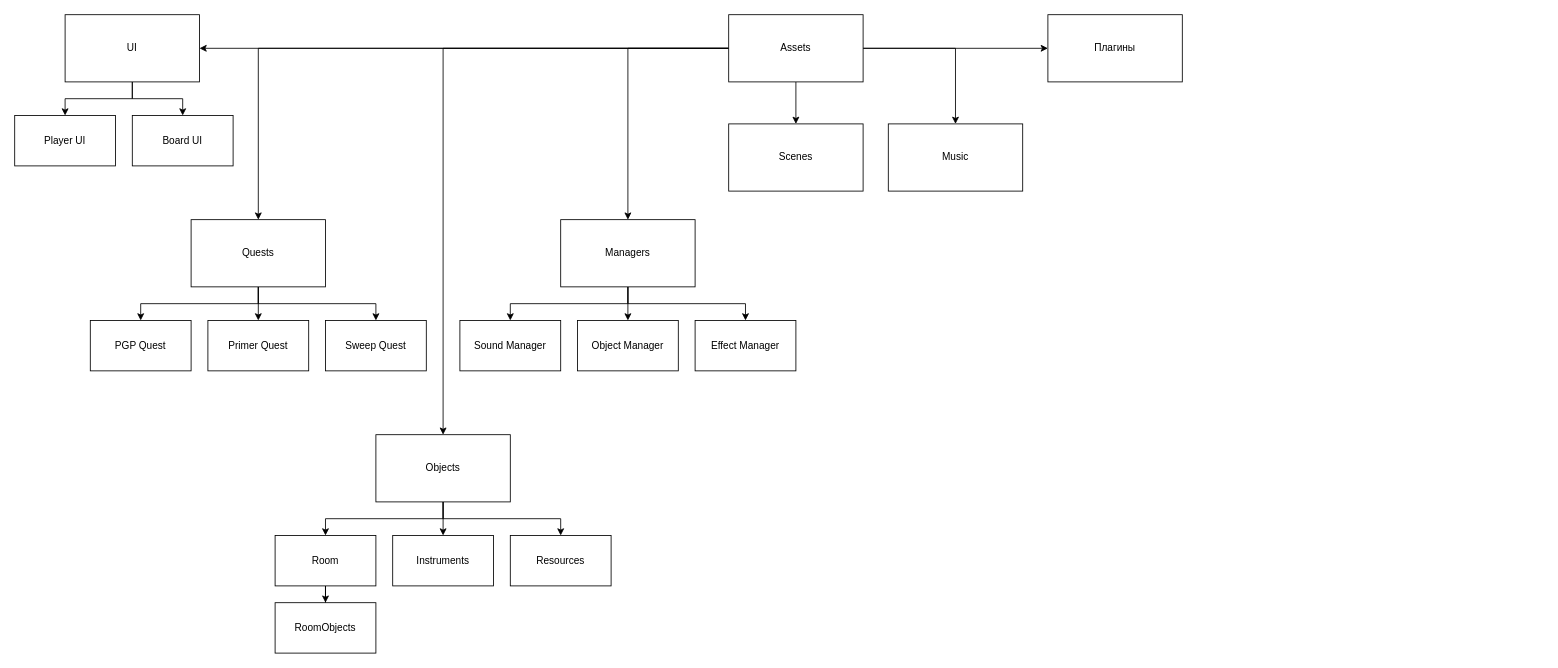
Ryize/Volma keeps this draw.io diagram as page "Организация по объектам" (1 of 2) of Иерархия папок проекта.drawio. Above is the earlier version. Source tidied: cells renumbered, new cells numbered last; positions are measured from the earlier drawing's top-left corner, leaving out a move shared by most shapes. Both pictures are drawn from the tidied source at 84%, with x=0, y=0 at pixel (14, 14).
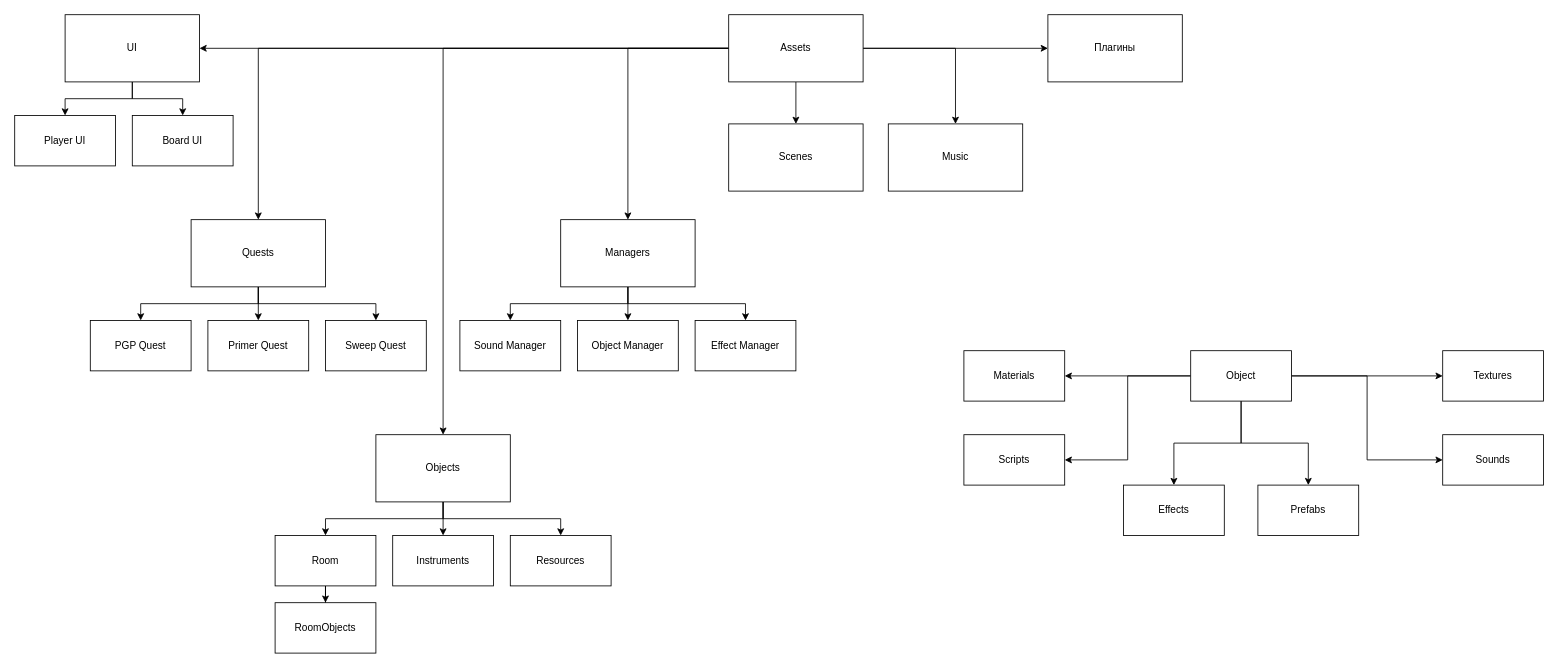
The same page after the edit.

Diff of the diagram source:
```diff
@@
+    <mxCell id="41" style="edgeStyle=orthogonalEdgeStyle;rounded=0;jettySize=auto;html=1;" parent="1" edge="1" source="47" target="49">
+      <mxGeometry relative="1" as="geometry" />
+    </mxCell>
+    <mxCell id="42" style="edgeStyle=orthogonalEdgeStyle;rounded=0;jettySize=auto;html=1;" parent="1" edge="1" source="47" target="51">
+      <mxGeometry relative="1" as="geometry" />
+    </mxCell>
+    <mxCell id="43" style="edgeStyle=orthogonalEdgeStyle;rounded=0;jettySize=auto;html=1;entryX=0;entryY=0.5;entryDx=0;entryDy=0;" parent="1" edge="1" source="47" target="52">
+      <mxGeometry relative="1" as="geometry" />
+    </mxCell>
+    <mxCell id="44" style="edgeStyle=orthogonalEdgeStyle;rounded=0;jettySize=auto;html=1;entryX=1;entryY=0.5;entryDx=0;entryDy=0;" parent="1" edge="1" source="47" target="50">
+      <mxGeometry relative="1" as="geometry" />
+    </mxCell>
+    <mxCell id="45" style="edgeStyle=orthogonalEdgeStyle;rounded=0;jettySize=auto;html=1;entryX=0.5;entryY=0;entryDx=0;entryDy=0;" parent="1" edge="1" source="47" target="53">
+      <mxGeometry relative="1" as="geometry" />
+    </mxCell>
+    <mxCell id="46" style="edgeStyle=orthogonalEdgeStyle;rounded=0;jettySize=auto;html=1;" parent="1" edge="1" source="47" target="48">
+      <mxGeometry relative="1" as="geometry" />
+    </mxCell>
+    <mxCell id="47" value="Object" style="rounded=0;whiteSpace=wrap;html=1;" parent="1" vertex="1">
+      <mxGeometry x="1400" y="400" width="120" height="60" as="geometry" />
+    </mxCell>
+    <mxCell id="48" value="Prefabs" style="rounded=0;whiteSpace=wrap;html=1;" parent="1" vertex="1">
+      <mxGeometry x="1480" y="560" width="120" height="60" as="geometry" />
+    </mxCell>
+    <mxCell id="49" value="Materials" style="rounded=0;whiteSpace=wrap;html=1;" parent="1" vertex="1">
+      <mxGeometry x="1130" y="400" width="120" height="60" as="geometry" />
+    </mxCell>
+    <mxCell id="50" value="Scripts" style="rounded=0;whiteSpace=wrap;html=1;" parent="1" vertex="1">
+      <mxGeometry x="1130" y="500" width="120" height="60" as="geometry" />
+    </mxCell>
+    <mxCell id="51" value="Textures" style="rounded=0;whiteSpace=wrap;html=1;" parent="1" vertex="1">
+      <mxGeometry x="1700" y="400" width="120" height="60" as="geometry" />
+    </mxCell>
+    <mxCell id="52" value="Sounds" style="rounded=0;whiteSpace=wrap;html=1;" parent="1" vertex="1">
+      <mxGeometry x="1700" y="500" width="120" height="60" as="geometry" />
+    </mxCell>
+    <mxCell id="53" value="Effects" style="rounded=0;whiteSpace=wrap;html=1;" parent="1" vertex="1">
+      <mxGeometry x="1320" y="560" width="120" height="60" as="geometry" />
+    </mxCell>
```
